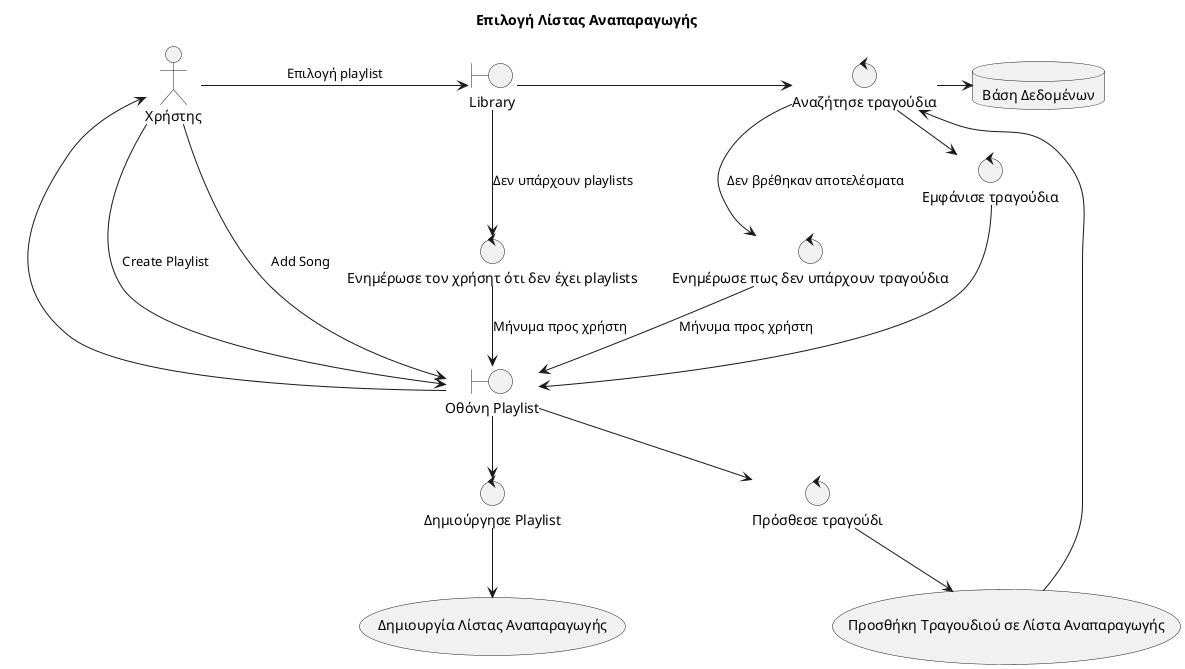
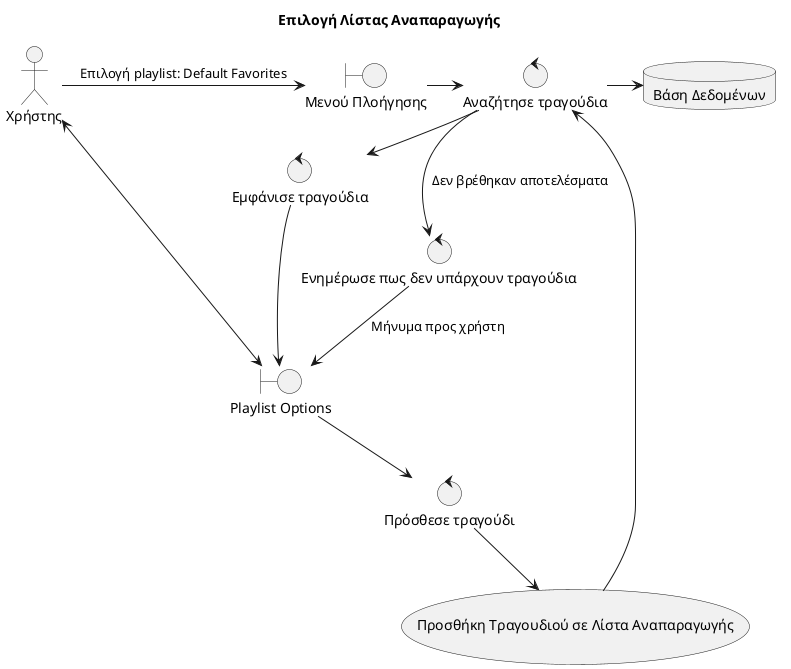
@startuml name

title Επιλογή Λίστας Αναπαραγωγής

actor "Χρήστης" as u
- boundary "Library" as lib
+ boundary "Μενού Πλοήγησης" as lib
database "Βάση Δεδομένων" as db
control "Αναζήτησε τραγούδια" as search
control "Εμφάνισε τραγούδια" as ss
- boundary "Οθόνη Playlist" as ps
- control "Ενημέρωσε τον χρήσητ ότι δεν έχει playlists" as np
- usecase "Δημιουργία Λίστας Αναπαραγωγής" as cp
- control "Δημιούργησε Playlist" as ccp
+ boundary "Playlist Options" as ps
control "Ενημέρωσε πως δεν υπάρχουν τραγούδια" as ins
control "Πρόσθεσε τραγούδι" as addsong
usecase "Προσθήκη Τραγουδιού σε Λίστα Αναπαραγωγής" as addSong

- u -> lib : Επιλογή playlist
+ u -> lib : Επιλογή playlist: Default Favorites
lib -> search
search -> db
search -> ss
ss -> ps
- ps -> u
+ ps <-> u

- lib --> np : Δεν υπάρχουν playlists
- np --> ps : Μήνυμα προς χρήστη
- u --> ps : "Create Playlist"
- ps --> ccp
- ccp --> cp
+ 
+ 

search --> ins : Δεν βρέθηκαν αποτελέσματα
ins --> ps : Μήνυμα προς χρήστη
- u --> ps : "Add Song"
ps --> addsong
addsong --> addSong
addSong --> search
@enduml
